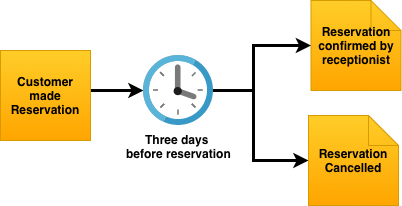
Before: img/posts/events-restaurant/reservationEvents.png, a diagram exported from draw.io (tripledio/tripledio.github.io). Source tidied: cells renumbered, new cells last; positions are measured from the earlier drawing's top-left corner, leaving out a move shared by most shapes. Its diagram source:
```xml
<mxGraphModel>
  <root>
    <mxCell id="0" />
    <mxCell id="1" parent="0" />
    <mxCell id="2" style="edgeStyle=orthogonalEdgeStyle;rounded=0;jettySize=auto;html=1;strokeWidth=3;" parent="1" edge="1" source="3">
      <mxGeometry relative="1" as="geometry">
        <mxPoint x="143" y="90" as="targetPoint" />
        <Array as="points">
          <mxPoint x="90" y="90" />
          <mxPoint x="90" y="90" />
        </Array>
      </mxGeometry>
    </mxCell>
    <mxCell id="3" value="&lt;b&gt;Customer made Reservation&lt;/b&gt;&lt;br&gt;" style="shape=note;whiteSpace=wrap;html=1;backgroundOutline=1;fillColor=#ffcd28;strokeColor=#d79b00;gradientColor=#ffa500;size=0;" parent="1" vertex="1">
      <mxGeometry y="50" width="90" height="90" as="geometry" />
    </mxCell>
    <mxCell id="4" value="&lt;b&gt;Reservation confirmed by receptionist&lt;/b&gt;&lt;br&gt;" style="shape=note;whiteSpace=wrap;html=1;backgroundOutline=1;fillColor=#ffcd28;strokeColor=#d79b00;gradientColor=#ffa500;" parent="1" vertex="1">
      <mxGeometry x="310.5" width="90" height="90" as="geometry" />
    </mxCell>
    <mxCell id="5" style="edgeStyle=orthogonalEdgeStyle;rounded=0;jettySize=auto;html=1;strokeWidth=3;" parent="1" edge="1" source="7" target="4">
      <mxGeometry relative="1" as="geometry">
        <Array as="points">
          <mxPoint x="253" y="90" />
          <mxPoint x="253" y="45" />
        </Array>
      </mxGeometry>
    </mxCell>
    <mxCell id="6" style="edgeStyle=orthogonalEdgeStyle;rounded=0;jettySize=auto;html=1;strokeWidth=3;" parent="1" edge="1" source="7" target="8">
      <mxGeometry relative="1" as="geometry">
        <Array as="points">
          <mxPoint x="253" y="90" />
          <mxPoint x="253" y="160" />
        </Array>
      </mxGeometry>
    </mxCell>
    <mxCell id="7" value="&lt;b&gt;Three days &lt;br&gt;before reservation&lt;/b&gt;&lt;br&gt;" style="html=1;perimeter=none;align=center;shadow=0;dashed=0;image;fontSize=12;image=img/lib/mscae/Clock.svg;" parent="1" vertex="1">
      <mxGeometry x="143" y="55" width="70" height="70" as="geometry" />
    </mxCell>
    <mxCell id="8" value="&lt;b&gt;Reservation Cancelled&lt;/b&gt;&lt;br&gt;" style="shape=note;whiteSpace=wrap;html=1;backgroundOutline=1;fillColor=#ffcd28;strokeColor=#d79b00;gradientColor=#ffa500;" parent="1" vertex="1">
      <mxGeometry x="308" y="115" width="90" height="90" as="geometry" />
    </mxCell>
  </root>
</mxGraphModel>
```
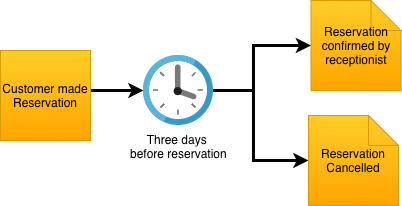
Later version of the same file.

Diff of the diagram source:
```diff
@@ -2,7 +2,7 @@
   <root>
     <mxCell id="0" />
     <mxCell id="1" parent="0" />
-    <mxCell id="2" style="edgeStyle=orthogonalEdgeStyle;rounded=0;jettySize=auto;html=1;strokeWidth=3;" parent="1" edge="1" source="3">
+    <mxCell id="2" style="edgeStyle=orthogonalEdgeStyle;rounded=0;jettySize=auto;html=1;strokeWidth=3;fontStyle=0;" parent="1" edge="1" source="3">
       <mxGeometry relative="1" as="geometry">
         <mxPoint x="143" y="90" as="targetPoint" />
         <Array as="points">
@@ -11,13 +11,13 @@
         </Array>
       </mxGeometry>
     </mxCell>
-    <mxCell id="3" value="&lt;b&gt;Customer made Reservation&lt;/b&gt;&lt;br&gt;" style="shape=note;whiteSpace=wrap;html=1;backgroundOutline=1;fillColor=#ffcd28;strokeColor=#d79b00;gradientColor=#ffa500;size=0;" parent="1" vertex="1">
+    <mxCell id="3" value="&lt;span&gt;Customer made Reservation&lt;/span&gt;&lt;br&gt;" style="shape=note;whiteSpace=wrap;html=1;backgroundOutline=1;fillColor=#ffcd28;strokeColor=#d79b00;gradientColor=#ffa500;size=0;fontStyle=0;" parent="1" vertex="1">
       <mxGeometry y="50" width="90" height="90" as="geometry" />
     </mxCell>
-    <mxCell id="4" value="&lt;b&gt;Reservation confirmed by receptionist&lt;/b&gt;&lt;br&gt;" style="shape=note;whiteSpace=wrap;html=1;backgroundOutline=1;fillColor=#ffcd28;strokeColor=#d79b00;gradientColor=#ffa500;" parent="1" vertex="1">
+    <mxCell id="4" value="&lt;span&gt;Reservation confirmed by receptionist&lt;/span&gt;&lt;br&gt;" style="shape=note;whiteSpace=wrap;html=1;backgroundOutline=1;fillColor=#ffcd28;strokeColor=#d79b00;gradientColor=#ffa500;fontStyle=0;" parent="1" vertex="1">
       <mxGeometry x="310.5" width="90" height="90" as="geometry" />
     </mxCell>
-    <mxCell id="5" style="edgeStyle=orthogonalEdgeStyle;rounded=0;jettySize=auto;html=1;strokeWidth=3;" parent="1" edge="1" source="7" target="4">
+    <mxCell id="5" style="edgeStyle=orthogonalEdgeStyle;rounded=0;jettySize=auto;html=1;strokeWidth=3;fontStyle=0;" parent="1" edge="1" source="7" target="4">
       <mxGeometry relative="1" as="geometry">
         <Array as="points">
           <mxPoint x="253" y="90" />
@@ -25,7 +25,7 @@
         </Array>
       </mxGeometry>
     </mxCell>
-    <mxCell id="6" style="edgeStyle=orthogonalEdgeStyle;rounded=0;jettySize=auto;html=1;strokeWidth=3;" parent="1" edge="1" source="7" target="8">
+    <mxCell id="6" style="edgeStyle=orthogonalEdgeStyle;rounded=0;jettySize=auto;html=1;strokeWidth=3;fontStyle=0;" parent="1" edge="1" source="7" target="8">
       <mxGeometry relative="1" as="geometry">
         <Array as="points">
           <mxPoint x="253" y="90" />
@@ -33,10 +33,10 @@
         </Array>
       </mxGeometry>
     </mxCell>
-    <mxCell id="7" value="&lt;b&gt;Three days &lt;br&gt;before reservation&lt;/b&gt;&lt;br&gt;" style="html=1;perimeter=none;align=center;shadow=0;dashed=0;image;fontSize=12;image=img/lib/mscae/Clock.svg;" parent="1" vertex="1">
+    <mxCell id="7" value="&lt;span&gt;Three days &lt;br&gt;before reservation&lt;/span&gt;&lt;br&gt;" style="html=1;perimeter=none;align=center;shadow=0;dashed=0;image;fontSize=12;image=img/lib/mscae/Clock.svg;fontStyle=0;" parent="1" vertex="1">
       <mxGeometry x="143" y="55" width="70" height="70" as="geometry" />
     </mxCell>
-    <mxCell id="8" value="&lt;b&gt;Reservation Cancelled&lt;/b&gt;&lt;br&gt;" style="shape=note;whiteSpace=wrap;html=1;backgroundOutline=1;fillColor=#ffcd28;strokeColor=#d79b00;gradientColor=#ffa500;" parent="1" vertex="1">
+    <mxCell id="8" value="&lt;span&gt;Reservation Cancelled&lt;/span&gt;&lt;br&gt;" style="shape=note;whiteSpace=wrap;html=1;backgroundOutline=1;fillColor=#ffcd28;strokeColor=#d79b00;gradientColor=#ffa500;fontStyle=0;" parent="1" vertex="1">
       <mxGeometry x="308" y="115" width="90" height="90" as="geometry" />
     </mxCell>
   </root>
```
